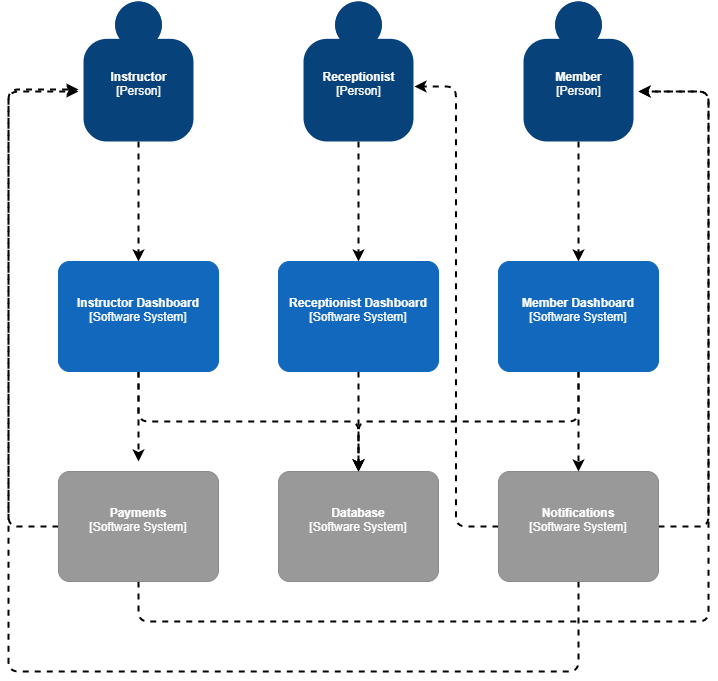
Earlier version of the draw.io export doc/context-diagram.png (nico-guba/deloitte-advantage). Source tidied: cells renumbered, new cells last; positions are measured from the earlier drawing's top-left corner, leaving out a move shared by most shapes.
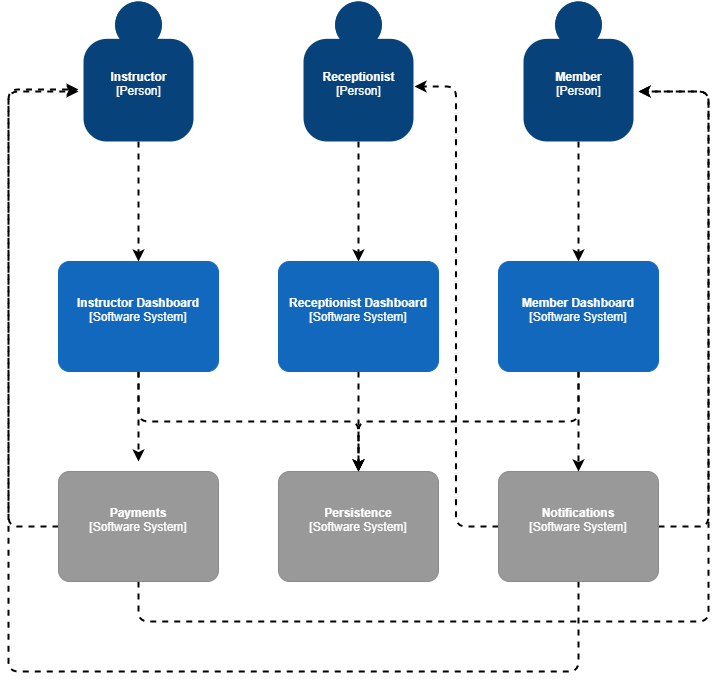
The same diagram one commit later.

Commit message:
started container diagram for member dashboard

Change to the diagram source:
```diff
@@ -20,7 +20,7 @@
         <mxGeometry x="270" y="260" width="160" height="110" as="geometry" />
       </mxCell>
     </object>
-    <object id="6" label="&lt;b&gt;%c4Name%&lt;/b&gt;&lt;div&gt;[%c4Type%]&lt;/div&gt;&lt;br&gt;&lt;div&gt;%c4Description%&lt;/div&gt;" c4Description="" c4Name="Database" c4Type="Software System" placeholders="1">
+    <object id="6" label="&lt;b&gt;%c4Name%&lt;/b&gt;&lt;div&gt;[%c4Type%]&lt;/div&gt;&lt;br&gt;&lt;div&gt;%c4Description%&lt;/div&gt;" c4Description="" c4Name="Persistence" c4Type="Software System" placeholders="1">
       <mxCell style="rounded=1;whiteSpace=wrap;html=1;labelBackgroundColor=none;fillColor=#999999;fontColor=#ffffff;align=center;arcSize=10;strokeColor=#8A8A8A;metaData={&quot;c4Type&quot;:{&quot;editable&quot;:false}};points=[[0.25,0,0],[0.5,0,0],[0.75,0,0],[1,0.25,0],[1,0.5,0],[1,0.75,0],[0.75,1,0],[0.5,1,0],[0.25,1,0],[0,0.75,0],[0,0.5,0],[0,0.25,0]];" parent="1" vertex="1">
         <mxGeometry x="270" y="470" width="160" height="110" as="geometry" />
       </mxCell>
```
